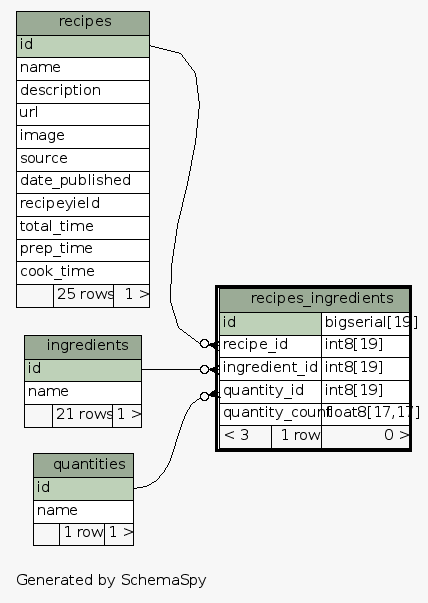
Before: doc/diagrams/recipes_ingredients.1degree.png, a diagram exported from Graphviz (pianiel/food-net). Its source is kept beside it as doc/diagrams/recipes_ingredients.1degree.dot. Source of this version:
```dot
digraph "oneDegreeRelationshipsDiagram" {
  graph [
    rankdir="RL"
    bgcolor="#f7f7f7"
    label="\nGenerated by SchemaSpy"
    labeljust="l"
    nodesep="0.18"
    ranksep="0.46"
    fontname="Helvetica"
    fontsize="11"
  ];
  node [
    fontname="Helvetica"
    fontsize="11"
    shape="plaintext"
  ];
  edge [
    arrowsize="0.8"
  ];
  "recipes_ingredients":"ingredient_id":w -> "ingredients":"id":e [arrowhead=none dir=back arrowtail=crowodot];
  "recipes_ingredients":"quantity_id":w -> "quantities":"id":e [arrowhead=none dir=back arrowtail=crowodot];
  "recipes_ingredients":"recipe_id":w -> "recipes":"id":e [arrowhead=none dir=back arrowtail=crowodot];
  "ingredients" [
    label=<
    <TABLE BORDER="0" CELLBORDER="1" CELLSPACING="0" BGCOLOR="#ffffff">
      <TR><TD COLSPAN="3" BGCOLOR="#9bab96" ALIGN="CENTER">ingredients</TD></TR>
      <TR><TD PORT="id" COLSPAN="3" BGCOLOR="#bed1b8" ALIGN="LEFT">id</TD></TR>
      <TR><TD PORT="name" COLSPAN="3" ALIGN="LEFT">name</TD></TR>
      <TR><TD ALIGN="LEFT" BGCOLOR="#f7f7f7">  </TD><TD ALIGN="RIGHT" BGCOLOR="#f7f7f7">21 rows</TD><TD ALIGN="RIGHT" BGCOLOR="#f7f7f7">1 &gt;</TD></TR>
    </TABLE>>
    URL="ingredients.html"
    tooltip="ingredients"
  ];
  "quantities" [
    label=<
    <TABLE BORDER="0" CELLBORDER="1" CELLSPACING="0" BGCOLOR="#ffffff">
      <TR><TD COLSPAN="3" BGCOLOR="#9bab96" ALIGN="CENTER">quantities</TD></TR>
      <TR><TD PORT="id" COLSPAN="3" BGCOLOR="#bed1b8" ALIGN="LEFT">id</TD></TR>
      <TR><TD PORT="name" COLSPAN="3" ALIGN="LEFT">name</TD></TR>
      <TR><TD ALIGN="LEFT" BGCOLOR="#f7f7f7">  </TD><TD ALIGN="RIGHT" BGCOLOR="#f7f7f7">1 row</TD><TD ALIGN="RIGHT" BGCOLOR="#f7f7f7">1 &gt;</TD></TR>
    </TABLE>>
    URL="quantities.html"
    tooltip="quantities"
  ];
  "recipes" [
    label=<
    <TABLE BORDER="0" CELLBORDER="1" CELLSPACING="0" BGCOLOR="#ffffff">
      <TR><TD COLSPAN="3" BGCOLOR="#9bab96" ALIGN="CENTER">recipes</TD></TR>
      <TR><TD PORT="id" COLSPAN="3" BGCOLOR="#bed1b8" ALIGN="LEFT">id</TD></TR>
      <TR><TD PORT="name" COLSPAN="3" ALIGN="LEFT">name</TD></TR>
      <TR><TD PORT="description" COLSPAN="3" ALIGN="LEFT">description</TD></TR>
      <TR><TD PORT="url" COLSPAN="3" ALIGN="LEFT">url</TD></TR>
      <TR><TD PORT="image" COLSPAN="3" ALIGN="LEFT">image</TD></TR>
      <TR><TD PORT="source" COLSPAN="3" ALIGN="LEFT">source</TD></TR>
      <TR><TD PORT="date_published" COLSPAN="3" ALIGN="LEFT">date_published</TD></TR>
      <TR><TD PORT="recipeyield" COLSPAN="3" ALIGN="LEFT">recipeyield</TD></TR>
      <TR><TD PORT="total_time" COLSPAN="3" ALIGN="LEFT">total_time</TD></TR>
      <TR><TD PORT="prep_time" COLSPAN="3" ALIGN="LEFT">prep_time</TD></TR>
      <TR><TD PORT="cook_time" COLSPAN="3" ALIGN="LEFT">cook_time</TD></TR>
      <TR><TD ALIGN="LEFT" BGCOLOR="#f7f7f7">  </TD><TD ALIGN="RIGHT" BGCOLOR="#f7f7f7">25 rows</TD><TD ALIGN="RIGHT" BGCOLOR="#f7f7f7">1 &gt;</TD></TR>
    </TABLE>>
    URL="recipes.html"
    tooltip="recipes"
  ];
  "recipes_ingredients" [
    label=<
    <TABLE BORDER="2" CELLBORDER="1" CELLSPACING="0" BGCOLOR="#ffffff">
      <TR><TD COLSPAN="3" BGCOLOR="#9bab96" ALIGN="CENTER">recipes_ingredients</TD></TR>
      <TR><TD PORT="id" COLSPAN="2" BGCOLOR="#bed1b8" ALIGN="LEFT">id</TD><TD PORT="id.type" ALIGN="LEFT">bigserial[19]</TD></TR>
      <TR><TD PORT="recipe_id" COLSPAN="2" ALIGN="LEFT">recipe_id</TD><TD PORT="recipe_id.type" ALIGN="LEFT">int8[19]</TD></TR>
      <TR><TD PORT="ingredient_id" COLSPAN="2" ALIGN="LEFT">ingredient_id</TD><TD PORT="ingredient_id.type" ALIGN="LEFT">int8[19]</TD></TR>
      <TR><TD PORT="quantity_id" COLSPAN="2" ALIGN="LEFT">quantity_id</TD><TD PORT="quantity_id.type" ALIGN="LEFT">int8[19]</TD></TR>
      <TR><TD PORT="quantity_count" COLSPAN="2" ALIGN="LEFT">quantity_count</TD><TD PORT="quantity_count.type" ALIGN="LEFT">float8[17,17]</TD></TR>
      <TR><TD ALIGN="LEFT" BGCOLOR="#f7f7f7">&lt; 3</TD><TD ALIGN="RIGHT" BGCOLOR="#f7f7f7">1 row</TD><TD ALIGN="RIGHT" BGCOLOR="#f7f7f7">0 &gt;</TD></TR>
    </TABLE>>
    URL="recipes_ingredients.html"
    tooltip="recipes_ingredients"
  ];
}
```
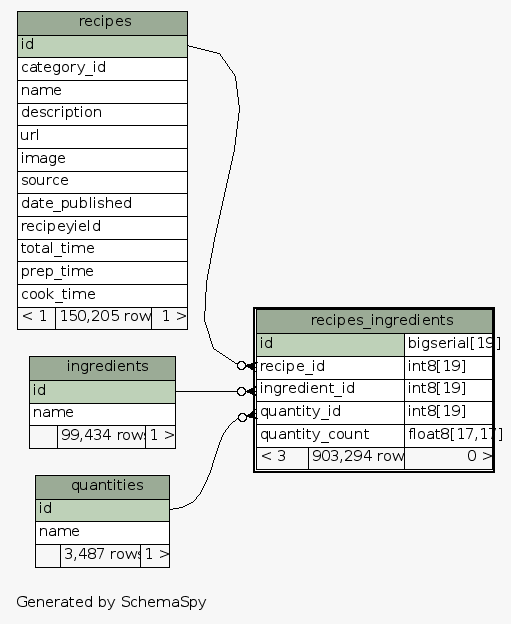
The same diagram one commit later.

Change to the diagram source:
```diff
@@ -26,7 +26,7 @@
       <TR><TD COLSPAN="3" BGCOLOR="#9bab96" ALIGN="CENTER">ingredients</TD></TR>
       <TR><TD PORT="id" COLSPAN="3" BGCOLOR="#bed1b8" ALIGN="LEFT">id</TD></TR>
       <TR><TD PORT="name" COLSPAN="3" ALIGN="LEFT">name</TD></TR>
-      <TR><TD ALIGN="LEFT" BGCOLOR="#f7f7f7">  </TD><TD ALIGN="RIGHT" BGCOLOR="#f7f7f7">21 rows</TD><TD ALIGN="RIGHT" BGCOLOR="#f7f7f7">1 &gt;</TD></TR>
+      <TR><TD ALIGN="LEFT" BGCOLOR="#f7f7f7">  </TD><TD ALIGN="RIGHT" BGCOLOR="#f7f7f7">99,434 rows</TD><TD ALIGN="RIGHT" BGCOLOR="#f7f7f7">1 &gt;</TD></TR>
     </TABLE>>
     URL="ingredients.html"
     tooltip="ingredients"
@@ -37,7 +37,7 @@
       <TR><TD COLSPAN="3" BGCOLOR="#9bab96" ALIGN="CENTER">quantities</TD></TR>
       <TR><TD PORT="id" COLSPAN="3" BGCOLOR="#bed1b8" ALIGN="LEFT">id</TD></TR>
       <TR><TD PORT="name" COLSPAN="3" ALIGN="LEFT">name</TD></TR>
-      <TR><TD ALIGN="LEFT" BGCOLOR="#f7f7f7">  </TD><TD ALIGN="RIGHT" BGCOLOR="#f7f7f7">1 row</TD><TD ALIGN="RIGHT" BGCOLOR="#f7f7f7">1 &gt;</TD></TR>
+      <TR><TD ALIGN="LEFT" BGCOLOR="#f7f7f7">  </TD><TD ALIGN="RIGHT" BGCOLOR="#f7f7f7">3,487 rows</TD><TD ALIGN="RIGHT" BGCOLOR="#f7f7f7">1 &gt;</TD></TR>
     </TABLE>>
     URL="quantities.html"
     tooltip="quantities"
@@ -47,6 +47,7 @@
     <TABLE BORDER="0" CELLBORDER="1" CELLSPACING="0" BGCOLOR="#ffffff">
       <TR><TD COLSPAN="3" BGCOLOR="#9bab96" ALIGN="CENTER">recipes</TD></TR>
       <TR><TD PORT="id" COLSPAN="3" BGCOLOR="#bed1b8" ALIGN="LEFT">id</TD></TR>
+      <TR><TD PORT="category_id" COLSPAN="3" ALIGN="LEFT">category_id</TD></TR>
       <TR><TD PORT="name" COLSPAN="3" ALIGN="LEFT">name</TD></TR>
       <TR><TD PORT="description" COLSPAN="3" ALIGN="LEFT">description</TD></TR>
       <TR><TD PORT="url" COLSPAN="3" ALIGN="LEFT">url</TD></TR>
@@ -57,7 +58,7 @@
       <TR><TD PORT="total_time" COLSPAN="3" ALIGN="LEFT">total_time</TD></TR>
       <TR><TD PORT="prep_time" COLSPAN="3" ALIGN="LEFT">prep_time</TD></TR>
       <TR><TD PORT="cook_time" COLSPAN="3" ALIGN="LEFT">cook_time</TD></TR>
-      <TR><TD ALIGN="LEFT" BGCOLOR="#f7f7f7">  </TD><TD ALIGN="RIGHT" BGCOLOR="#f7f7f7">25 rows</TD><TD ALIGN="RIGHT" BGCOLOR="#f7f7f7">1 &gt;</TD></TR>
+      <TR><TD ALIGN="LEFT" BGCOLOR="#f7f7f7">&lt; 1</TD><TD ALIGN="RIGHT" BGCOLOR="#f7f7f7">150,205 rows</TD><TD ALIGN="RIGHT" BGCOLOR="#f7f7f7">1 &gt;</TD></TR>
     </TABLE>>
     URL="recipes.html"
     tooltip="recipes"
@@ -71,7 +72,7 @@
       <TR><TD PORT="ingredient_id" COLSPAN="2" ALIGN="LEFT">ingredient_id</TD><TD PORT="ingredient_id.type" ALIGN="LEFT">int8[19]</TD></TR>
       <TR><TD PORT="quantity_id" COLSPAN="2" ALIGN="LEFT">quantity_id</TD><TD PORT="quantity_id.type" ALIGN="LEFT">int8[19]</TD></TR>
       <TR><TD PORT="quantity_count" COLSPAN="2" ALIGN="LEFT">quantity_count</TD><TD PORT="quantity_count.type" ALIGN="LEFT">float8[17,17]</TD></TR>
-      <TR><TD ALIGN="LEFT" BGCOLOR="#f7f7f7">&lt; 3</TD><TD ALIGN="RIGHT" BGCOLOR="#f7f7f7">1 row</TD><TD ALIGN="RIGHT" BGCOLOR="#f7f7f7">0 &gt;</TD></TR>
+      <TR><TD ALIGN="LEFT" BGCOLOR="#f7f7f7">&lt; 3</TD><TD ALIGN="RIGHT" BGCOLOR="#f7f7f7">903,294 rows</TD><TD ALIGN="RIGHT" BGCOLOR="#f7f7f7">0 &gt;</TD></TR>
     </TABLE>>
     URL="recipes_ingredients.html"
     tooltip="recipes_ingredients"
```
